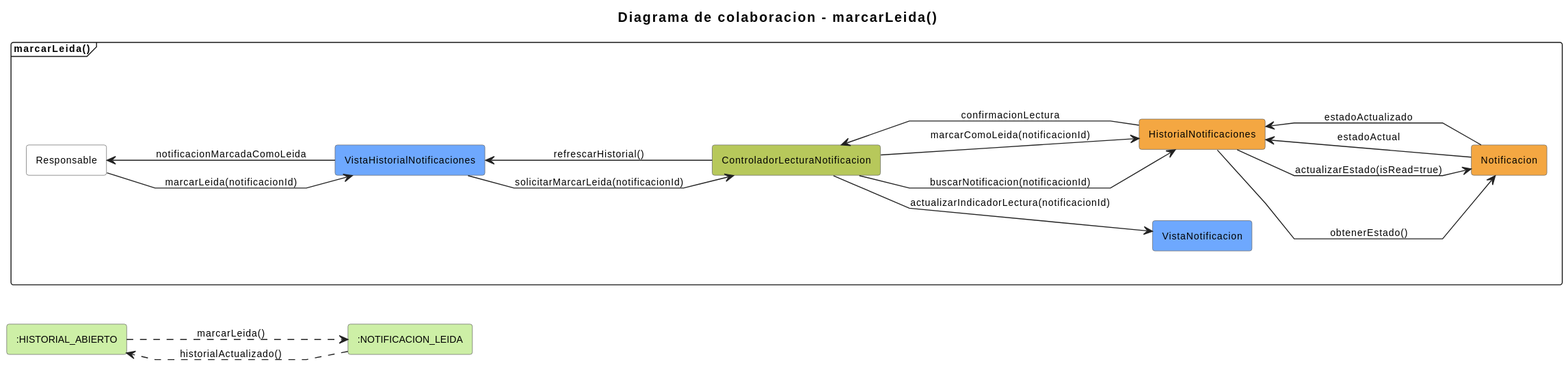
The PlantUML diagram imagenes/colabLeida.svg in RaulPlayo/TFG-RaulPelayoParaja, before a commit. Its diagram source:
```plantuml
@startuml
title Diagrama de colaboracion - marcarLeida()

left to right direction

skinparam defaultFontName Arial
skinparam defaultFontSize 10
skinparam shadowing false
skinparam linetype polyline
skinparam ArrowColor #222222
skinparam rectangle {
  BorderColor #666666
  RoundCorner 5
}

frame "marcarLeida()" {
  rectangle "Responsable" as responsable #FFFFFF
  rectangle "VistaHistorialNotificaciones" as vistaHistorial #6EA8FE
  rectangle "VistaNotificacion" as vistaNotificacion #6EA8FE
  rectangle "ControladorLecturaNotificacion" as controladorLectura #B7C85B
  rectangle "HistorialNotificaciones" as historial #F4A742
  rectangle "Notificacion" as notificacion #F4A742

  responsable --> vistaHistorial : marcarLeida(notificacionId)
  vistaHistorial --> controladorLectura : solicitarMarcarLeida(notificacionId)
  controladorLectura --> historial : buscarNotificacion(notificacionId)
  historial --> notificacion : obtenerEstado()
  notificacion --> historial : estadoActual
  controladorLectura --> historial : marcarComoLeida(notificacionId)
  historial --> notificacion : actualizarEstado(isRead=true)
  notificacion --> historial : estadoActualizado
  historial --> controladorLectura : confirmacionLectura
  controladorLectura --> vistaNotificacion : actualizarIndicadorLectura(notificacionId)
  controladorLectura --> vistaHistorial : refrescarHistorial()
  vistaHistorial --> responsable : notificacionMarcadaComoLeida
}

rectangle ":HISTORIAL_ABIERTO" as historialAbierto #CDEFA6
rectangle ":NOTIFICACION_LEIDA" as notificacionLeida #CDEFA6

historialAbierto ..> notificacionLeida : marcarLeida()
notificacionLeida ..> historialAbierto : historialActualizado()
@enduml
```
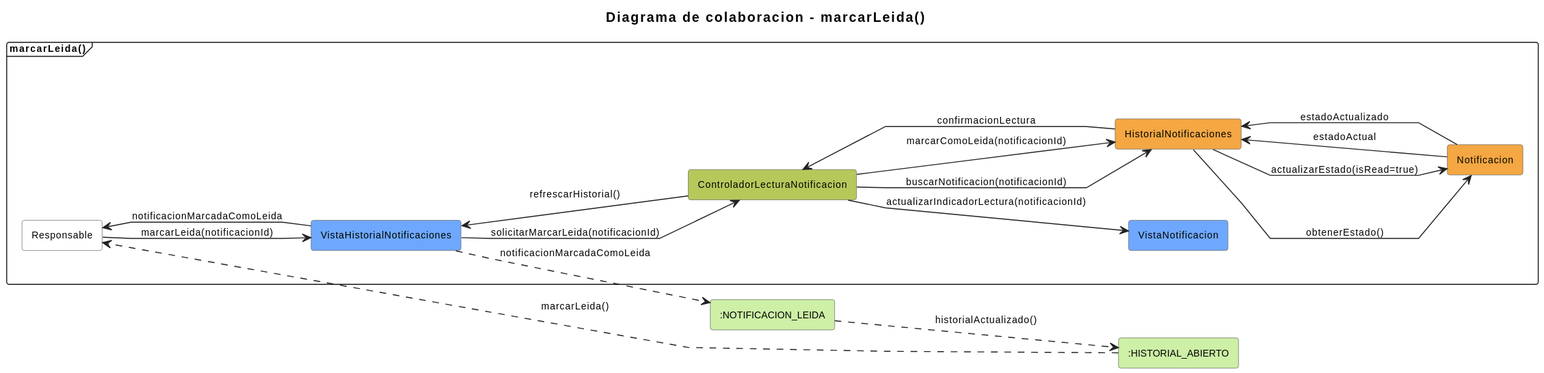
Above is the later version.

What changed in the source:
```diff
@@ -12,6 +12,9 @@
   BorderColor #666666
   RoundCorner 5
 }
+
+rectangle ":HISTORIAL_ABIERTO" as historialAbierto #CDEFA6
+rectangle ":NOTIFICACION_LEIDA" as notificacionLeida #CDEFA6
 
 frame "marcarLeida()" {
   rectangle "Responsable" as responsable #FFFFFF
@@ -35,9 +38,7 @@
   vistaHistorial --> responsable : notificacionMarcadaComoLeida
 }
 
-rectangle ":HISTORIAL_ABIERTO" as historialAbierto #CDEFA6
-rectangle ":NOTIFICACION_LEIDA" as notificacionLeida #CDEFA6
-
-historialAbierto ..> notificacionLeida : marcarLeida()
+historialAbierto ..> responsable : marcarLeida()
+vistaHistorial ..> notificacionLeida : notificacionMarcadaComoLeida
 notificacionLeida ..> historialAbierto : historialActualizado()
 @enduml
```
